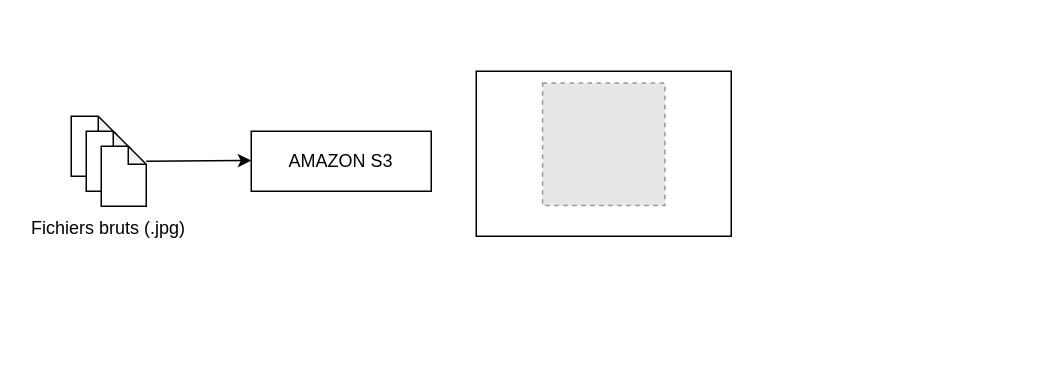
Earlier version of the draw.io diagram DA.drawio (Gu1Gos/DA). Source tidied: cells renumbered, new cells numbered last; positions are measured from the earlier drawing's top-left corner, leaving out a move shared by most shapes. Both pictures are drawn from the tidied source at 150%, with x=0, y=0 at pixel (26, 70). Pictures stored in the file or linked from it are replaced by grey dashed boxes.
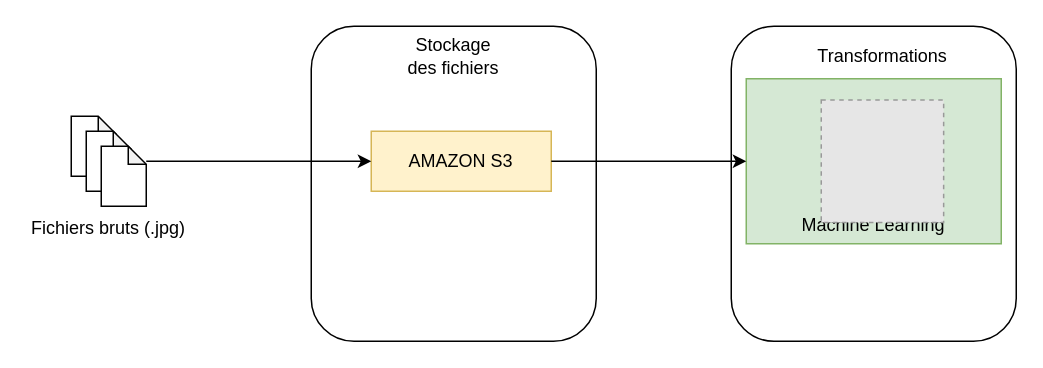
The same page after the edit.

Commit message:
Mettre à jour DA.drawio

The edit, as a diff of the source:
```diff
@@
 <mxGraphModel>
   <root>
     <mxCell id="0" />
     <mxCell id="1" parent="0" />
+    <mxCell id="11" style="rounded=1;whiteSpace=wrap;html=1;" parent="1" vertex="1">
+      <mxGeometry x="470" y="-30" width="190" height="210" as="geometry" />
+    </mxCell>
+    <mxCell id="12" style="rounded=1;whiteSpace=wrap;html=1;" parent="1" vertex="1">
+      <mxGeometry x="190" y="-30" width="190" height="210" as="geometry" />
+    </mxCell>
-    <mxCell id="2" value="AMAZON S3" style="whiteSpace=wrap;html=1;" parent="1" vertex="1">
-      <mxGeometry x="150" y="40" width="120" height="40" as="geometry" />
+    <mxCell id="2" value="AMAZON S3" style="whiteSpace=wrap;html=1;fillColor=#fff2cc;strokeColor=#d6b656;" parent="1" vertex="1">
+      <mxGeometry x="230" y="40" width="120" height="40" as="geometry" />
     </mxCell>
-    <mxCell id="3" style="endArrow=classic;html=1;rounded=0;" parent="1" edge="1">
+    <mxCell id="3" style="endArrow=classic;html=1;rounded=0;entryX=0;entryY=0.5;entryDx=0;entryDy=0;" parent="1" edge="1" target="2">
       <mxGeometry relative="1" as="geometry">
         <mxPoint x="80" y="60" as="sourcePoint" />
-        <mxPoint x="150" y="59.5" as="targetPoint" />
       </mxGeometry>
     </mxCell>
     <mxCell id="4" value="Fichiers bruts (.jpg)" style="text;html=1;strokeColor=none;fillColor=none;align=center;verticalAlign=middle;whiteSpace=wrap;rounded=0;" parent="1" vertex="1">
       <mxGeometry y="90" width="110" height="30" as="geometry" />
     </mxCell>
     <mxCell id="5" style="group;" parent="1" vertex="1">
       <mxGeometry x="30" y="30" width="50" height="60" as="geometry" />
     </mxCell>
     <mxCell id="6" style="shape=note;whiteSpace=wrap;html=1;backgroundOutline=1;darkOpacity=0.05;size=12;" parent="5" vertex="1">
       <mxGeometry width="30" height="40" as="geometry" />
     </mxCell>
     <mxCell id="7" style="shape=note;whiteSpace=wrap;html=1;backgroundOutline=1;darkOpacity=0.05;size=12;" parent="5" vertex="1">
       <mxGeometry x="10" y="10" width="30" height="40" as="geometry" />
     </mxCell>
     <mxCell id="8" style="shape=note;whiteSpace=wrap;html=1;backgroundOutline=1;darkOpacity=0.05;size=12;" parent="5" vertex="1">
       <mxGeometry x="20" y="20" width="30" height="40" as="geometry" />
     </mxCell>
-    <mxCell id="9" style="rounded=0;whiteSpace=wrap;html=1;" parent="1" vertex="1">
-      <mxGeometry x="300" width="170" height="110" as="geometry" />
+    <mxCell id="9" value="&lt;p style=&quot;line-height: 80%;&quot;&gt;&lt;br&gt;&lt;/p&gt;&lt;p style=&quot;line-height: 80%;&quot;&gt;&lt;br&gt;&lt;/p&gt;&lt;p style=&quot;line-height: 80%;&quot;&gt;&lt;br&gt;&lt;/p&gt;&lt;p style=&quot;line-height: 80%;&quot;&gt;&lt;br&gt;&lt;/p&gt;&lt;p style=&quot;line-height: 80%;&quot;&gt;Machine Learning&lt;/p&gt;" style="rounded=0;whiteSpace=wrap;html=1;fillColor=#d5e8d4;strokeColor=#82b366;" parent="1" vertex="1">
+      <mxGeometry x="480" y="5" width="170" height="110" as="geometry" />
     </mxCell>
     <mxCell id="10" style="fillColor=#E6E6E6;strokeColor=#999999;dashed=1;verticalLabelPosition=bottom;labelBackgroundColor=default;verticalAlign=top;" parent="1" vertex="1">
-      <mxGeometry x="344.2" y="7.9" width="81.6" height="81.6" as="geometry" />
+      <mxGeometry x="530" y="19.2" width="81.6" height="81.6" as="geometry" />
     </mxCell>
+    <mxCell id="13" style="endArrow=classic;html=1;rounded=0;exitX=1;exitY=0.5;exitDx=0;exitDy=0;entryX=0;entryY=0.5;entryDx=0;entryDy=0;" parent="1" edge="1" source="2" target="9">
+      <mxGeometry relative="1" as="geometry" />
+    </mxCell>
+    <mxCell id="14" value="Stockage des fichiers" style="text;html=1;strokeColor=none;fillColor=none;align=center;verticalAlign=middle;whiteSpace=wrap;rounded=0;" parent="1" vertex="1">
+      <mxGeometry x="250" y="-25" width="70" height="30" as="geometry" />
+    </mxCell>
+    <mxCell id="15" value="Transformations" style="text;html=1;strokeColor=none;fillColor=none;align=center;verticalAlign=middle;whiteSpace=wrap;rounded=0;" parent="1" vertex="1">
+      <mxGeometry x="523.7" y="-25" width="94.2" height="30" as="geometry" />
+    </mxCell>
   </root>
 </mxGraphModel>
```
